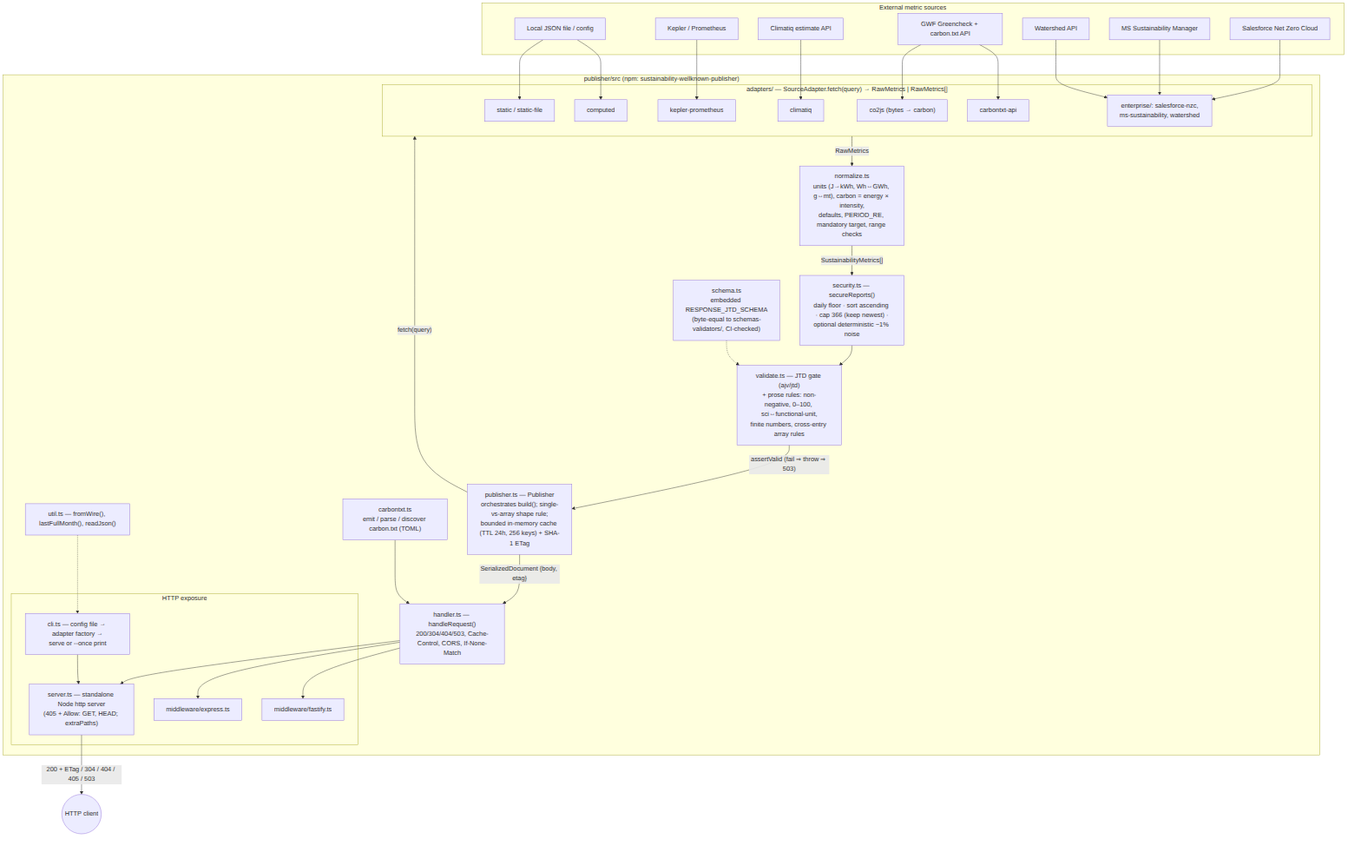
The Mermaid diagram architecture/images/c4-component-publisher.png in andreibesleaga/rfc-sustainability-wellknown, before a commit. Its source is kept beside it as architecture/diagrams/c4-component-publisher.mmd.
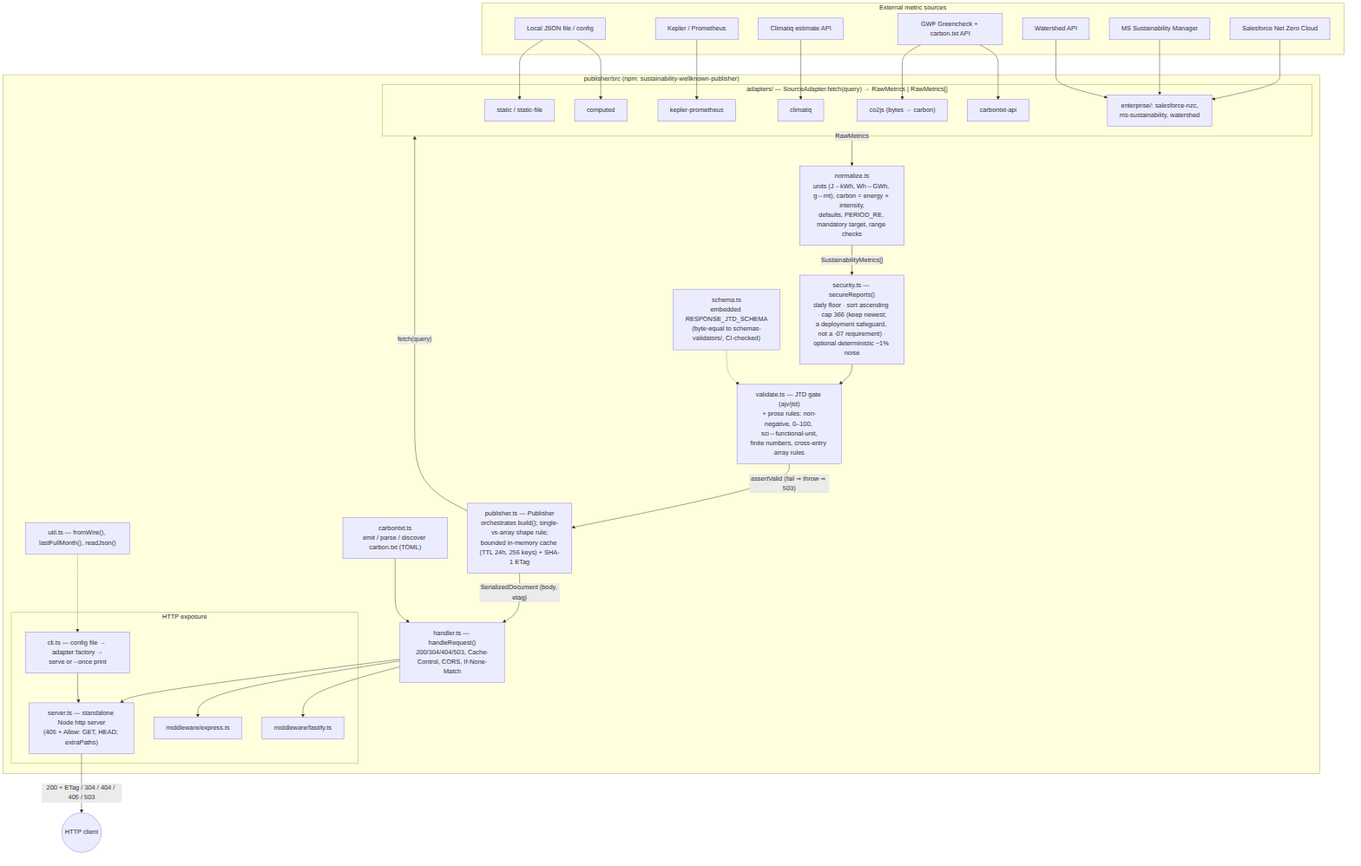
After the change.

Change to the diagram source:
```diff
@@ -21,7 +21,7 @@
             A7["enterprise/: salesforce-nzc,<br/>ms-sustainability, watershed"]
         end
         NORM["normalize.ts<br/>units (J→kWh, Wh↔GWh, g↔mt), carbon = energy × intensity,<br/>defaults, PERIOD_RE, mandatory target, range checks"]
-        SEC["security.ts — secureReports()<br/>daily floor · sort ascending · cap 366 (keep newest) ·<br/>optional deterministic ~1% noise"]
+        SEC["security.ts — secureReports()<br/>daily floor · sort ascending · cap 366 (keep newest;<br/>a deployment safeguard, not a -07 requirement) ·<br/>optional deterministic ~1% noise"]
         VAL["validate.ts — JTD gate (ajv/jtd)<br/>+ prose rules: non-negative, 0–100, sci↔functional-unit,<br/>finite numbers, cross-entry array rules"]
         SCH["schema.ts<br/>embedded RESPONSE_JTD_SCHEMA<br/>(byte-equal to schemas-validators/, CI-checked)"]
         PUBL["publisher.ts — Publisher<br/>orchestrates build(); single-vs-array shape rule;<br/>bounded in-memory cache (TTL 24h, 256 keys) + SHA-1 ETag"]
```
